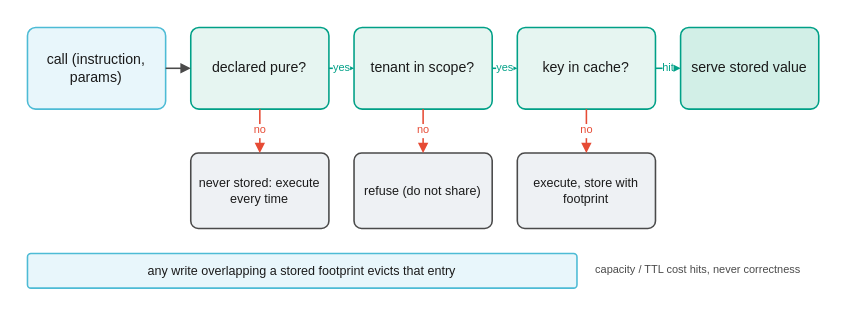
The draw.io diagram docs/diagrams/wide_dia_2_cache_flow.drawio in chenxingqiang/thinkbase-project, before the edit. Source tidied: cells renumbered, new cells numbered last; positions are measured from the earlier drawing's top-left corner, leaving out a move shared by most shapes. Both pictures are drawn from the tidied source at 157%, with x=0, y=0 at pixel (27, 27).
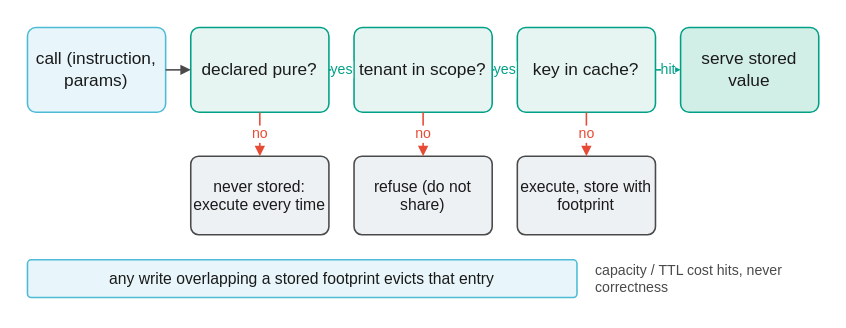
The same diagram, later.

The edit, as a diff of the source:
```diff
@@
 <mxGraphModel>
   <root>
     <mxCell id="0" />
     <mxCell id="1" parent="0" />
-    <mxCell id="2" value="call (instruction, params)" style="rounded=1;whiteSpace=wrap;html=1;arcSize=10;fillColor=#e8f6fb;strokeColor=#4dbbd5;strokeWidth=1;fontFamily=Helvetica;fontSize=9;fontColor=#1a1a1a;align=center;verticalAlign=middle;" parent="1" vertex="1">
-      <mxGeometry width="88" height="52" as="geometry" />
+    <mxCell id="2" value="call (instruction, params)" style="rounded=1;whiteSpace=wrap;html=1;arcSize=10;fillColor=#e8f6fb;strokeColor=#4dbbd5;strokeWidth=1;fontFamily=Helvetica;fontSize=11;fontColor=#1a1a1a;align=center;verticalAlign=middle;" parent="1" vertex="1">
+      <mxGeometry width="88" height="54" as="geometry" />
     </mxCell>
-    <mxCell id="3" value="declared pure?" style="rounded=1;whiteSpace=wrap;html=1;arcSize=10;fillColor=#e6f5f1;strokeColor=#00a087;strokeWidth=1;fontFamily=Helvetica;fontSize=9;fontColor=#1a1a1a;align=center;verticalAlign=middle;" parent="1" vertex="1">
-      <mxGeometry x="104" width="88" height="52" as="geometry" />
+    <mxCell id="3" value="declared pure?" style="rounded=1;whiteSpace=wrap;html=1;arcSize=10;fillColor=#e6f5f1;strokeColor=#00a087;strokeWidth=1;fontFamily=Helvetica;fontSize=11;fontColor=#1a1a1a;align=center;verticalAlign=middle;" parent="1" vertex="1">
+      <mxGeometry x="104" width="88" height="54" as="geometry" />
     </mxCell>
-    <mxCell id="4" value="tenant in scope?" style="rounded=1;whiteSpace=wrap;html=1;arcSize=10;fillColor=#e6f5f1;strokeColor=#00a087;strokeWidth=1;fontFamily=Helvetica;fontSize=9;fontColor=#1a1a1a;align=center;verticalAlign=middle;" parent="1" vertex="1">
-      <mxGeometry x="208" width="88" height="52" as="geometry" />
+    <mxCell id="4" value="tenant in scope?" style="rounded=1;whiteSpace=wrap;html=1;arcSize=10;fillColor=#e6f5f1;strokeColor=#00a087;strokeWidth=1;fontFamily=Helvetica;fontSize=11;fontColor=#1a1a1a;align=center;verticalAlign=middle;" parent="1" vertex="1">
+      <mxGeometry x="208" width="88" height="54" as="geometry" />
     </mxCell>
-    <mxCell id="5" value="key in cache?" style="rounded=1;whiteSpace=wrap;html=1;arcSize=10;fillColor=#e6f5f1;strokeColor=#00a087;strokeWidth=1;fontFamily=Helvetica;fontSize=9;fontColor=#1a1a1a;align=center;verticalAlign=middle;" parent="1" vertex="1">
-      <mxGeometry x="312" width="88" height="52" as="geometry" />
+    <mxCell id="5" value="key in cache?" style="rounded=1;whiteSpace=wrap;html=1;arcSize=10;fillColor=#e6f5f1;strokeColor=#00a087;strokeWidth=1;fontFamily=Helvetica;fontSize=11;fontColor=#1a1a1a;align=center;verticalAlign=middle;" parent="1" vertex="1">
+      <mxGeometry x="312" width="88" height="54" as="geometry" />
     </mxCell>
-    <mxCell id="6" value="serve stored value" style="rounded=1;whiteSpace=wrap;html=1;arcSize=10;fillColor=#d2efe7;strokeColor=#00a087;strokeWidth=1;fontFamily=Helvetica;fontSize=9;fontColor=#1a1a1a;align=center;verticalAlign=middle;" parent="1" vertex="1">
-      <mxGeometry x="416" width="88" height="52" as="geometry" />
+    <mxCell id="6" value="serve stored value" style="rounded=1;whiteSpace=wrap;html=1;arcSize=10;fillColor=#d2efe7;strokeColor=#00a087;strokeWidth=1;fontFamily=Helvetica;fontSize=11;fontColor=#1a1a1a;align=center;verticalAlign=middle;" parent="1" vertex="1">
+      <mxGeometry x="416" width="88" height="54" as="geometry" />
     </mxCell>
     <mxCell id="7" style="edgeStyle=orthogonalEdgeStyle;rounded=1;curved=0;html=1;strokeColor=#4a4a4a;strokeWidth=1;endArrow=block;endFill=1;endSize=4;exitX=1;exitY=0.5;exitDx=0;exitDy=0;entryX=0;entryY=0.5;entryDx=0;entryDy=0;fontFamily=Helvetica;fontSize=8;fontColor=#4a4a4a;labelBackgroundColor=#ffffff;" parent="1" edge="1" source="2" target="3">
       <mxGeometry relative="1" as="geometry" />
     </mxCell>
-    <mxCell id="8" value="yes" style="edgeStyle=orthogonalEdgeStyle;rounded=1;curved=0;html=1;strokeColor=#00a087;strokeWidth=1;endArrow=block;endFill=1;endSize=4;exitX=1;exitY=0.5;exitDx=0;exitDy=0;entryX=0;entryY=0.5;entryDx=0;entryDy=0;fontFamily=Helvetica;fontSize=7;fontColor=#00a087;labelBackgroundColor=#ffffff;" parent="1" edge="1" source="3" target="4">
+    <mxCell id="8" value="yes" style="edgeStyle=orthogonalEdgeStyle;rounded=1;curved=0;html=1;strokeColor=#00a087;strokeWidth=1;endArrow=block;endFill=1;endSize=4;exitX=1;exitY=0.5;exitDx=0;exitDy=0;entryX=0;entryY=0.5;entryDx=0;entryDy=0;fontFamily=Helvetica;fontSize=9;fontColor=#00a087;labelBackgroundColor=#ffffff;" parent="1" edge="1" source="3" target="4">
       <mxGeometry relative="1" as="geometry" />
     </mxCell>
-    <mxCell id="9" value="yes" style="edgeStyle=orthogonalEdgeStyle;rounded=1;curved=0;html=1;strokeColor=#00a087;strokeWidth=1;endArrow=block;endFill=1;endSize=4;exitX=1;exitY=0.5;exitDx=0;exitDy=0;entryX=0;entryY=0.5;entryDx=0;entryDy=0;fontFamily=Helvetica;fontSize=7;fontColor=#00a087;labelBackgroundColor=#ffffff;" parent="1" edge="1" source="4" target="5">
+    <mxCell id="9" value="yes" style="edgeStyle=orthogonalEdgeStyle;rounded=1;curved=0;html=1;strokeColor=#00a087;strokeWidth=1;endArrow=block;endFill=1;endSize=4;exitX=1;exitY=0.5;exitDx=0;exitDy=0;entryX=0;entryY=0.5;entryDx=0;entryDy=0;fontFamily=Helvetica;fontSize=9;fontColor=#00a087;labelBackgroundColor=#ffffff;" parent="1" edge="1" source="4" target="5">
       <mxGeometry relative="1" as="geometry" />
     </mxCell>
-    <mxCell id="10" value="hit" style="edgeStyle=orthogonalEdgeStyle;rounded=1;curved=0;html=1;strokeColor=#00a087;strokeWidth=1;endArrow=block;endFill=1;endSize=4;exitX=1;exitY=0.5;exitDx=0;exitDy=0;entryX=0;entryY=0.5;entryDx=0;entryDy=0;fontFamily=Helvetica;fontSize=7;fontColor=#00a087;labelBackgroundColor=#ffffff;" parent="1" edge="1" source="5" target="6">
+    <mxCell id="10" value="hit" style="edgeStyle=orthogonalEdgeStyle;rounded=1;curved=0;html=1;strokeColor=#00a087;strokeWidth=1;endArrow=block;endFill=1;endSize=4;exitX=1;exitY=0.5;exitDx=0;exitDy=0;entryX=0;entryY=0.5;entryDx=0;entryDy=0;fontFamily=Helvetica;fontSize=9;fontColor=#00a087;labelBackgroundColor=#ffffff;" parent="1" edge="1" source="5" target="6">
       <mxGeometry relative="1" as="geometry" />
     </mxCell>
-    <mxCell id="11" value="never stored: execute every time" style="rounded=1;whiteSpace=wrap;html=1;arcSize=10;fillColor=#eef1f4;strokeColor=#4a4a4a;strokeWidth=1;fontFamily=Helvetica;fontSize=8;fontColor=#1a1a1a;align=center;verticalAlign=middle;" parent="1" vertex="1">
-      <mxGeometry x="104" y="80" width="88" height="48" as="geometry" />
+    <mxCell id="11" value="never stored: execute every time" style="rounded=1;whiteSpace=wrap;html=1;arcSize=10;fillColor=#eef1f4;strokeColor=#4a4a4a;strokeWidth=1;fontFamily=Helvetica;fontSize=10;fontColor=#1a1a1a;align=center;verticalAlign=middle;" parent="1" vertex="1">
+      <mxGeometry x="104" y="82" width="88" height="50" as="geometry" />
     </mxCell>
-    <mxCell id="12" value="refuse (do not share)" style="rounded=1;whiteSpace=wrap;html=1;arcSize=10;fillColor=#eef1f4;strokeColor=#4a4a4a;strokeWidth=1;fontFamily=Helvetica;fontSize=8;fontColor=#1a1a1a;align=center;verticalAlign=middle;" parent="1" vertex="1">
-      <mxGeometry x="208" y="80" width="88" height="48" as="geometry" />
+    <mxCell id="12" value="refuse (do not share)" style="rounded=1;whiteSpace=wrap;html=1;arcSize=10;fillColor=#eef1f4;strokeColor=#4a4a4a;strokeWidth=1;fontFamily=Helvetica;fontSize=10;fontColor=#1a1a1a;align=center;verticalAlign=middle;" parent="1" vertex="1">
+      <mxGeometry x="208" y="82" width="88" height="50" as="geometry" />
     </mxCell>
-    <mxCell id="13" value="execute, store with footprint" style="rounded=1;whiteSpace=wrap;html=1;arcSize=10;fillColor=#eef1f4;strokeColor=#4a4a4a;strokeWidth=1;fontFamily=Helvetica;fontSize=8;fontColor=#1a1a1a;align=center;verticalAlign=middle;" parent="1" vertex="1">
-      <mxGeometry x="312" y="80" width="88" height="48" as="geometry" />
+    <mxCell id="13" value="execute, store with footprint" style="rounded=1;whiteSpace=wrap;html=1;arcSize=10;fillColor=#eef1f4;strokeColor=#4a4a4a;strokeWidth=1;fontFamily=Helvetica;fontSize=10;fontColor=#1a1a1a;align=center;verticalAlign=middle;" parent="1" vertex="1">
+      <mxGeometry x="312" y="82" width="88" height="50" as="geometry" />
     </mxCell>
-    <mxCell id="14" value="no" style="edgeStyle=orthogonalEdgeStyle;rounded=1;curved=0;html=1;strokeColor=#e64b35;strokeWidth=1;endArrow=block;endFill=1;endSize=4;exitX=0.5;exitY=1;exitDx=0;exitDy=0;entryX=0.5;entryY=0;entryDx=0;entryDy=0;fontFamily=Helvetica;fontSize=7;fontColor=#e64b35;labelBackgroundColor=#ffffff;" parent="1" edge="1" source="3" target="11">
+    <mxCell id="14" value="no" style="edgeStyle=orthogonalEdgeStyle;rounded=1;curved=0;html=1;strokeColor=#e64b35;strokeWidth=1;endArrow=block;endFill=1;endSize=4;exitX=0.5;exitY=1;exitDx=0;exitDy=0;entryX=0.5;entryY=0;entryDx=0;entryDy=0;fontFamily=Helvetica;fontSize=9;fontColor=#e64b35;labelBackgroundColor=#ffffff;" parent="1" edge="1" source="3" target="11">
       <mxGeometry relative="1" as="geometry" />
     </mxCell>
-    <mxCell id="15" value="no" style="edgeStyle=orthogonalEdgeStyle;rounded=1;curved=0;html=1;strokeColor=#e64b35;strokeWidth=1;endArrow=block;endFill=1;endSize=4;exitX=0.5;exitY=1;exitDx=0;exitDy=0;entryX=0.5;entryY=0;entryDx=0;entryDy=0;fontFamily=Helvetica;fontSize=7;fontColor=#e64b35;labelBackgroundColor=#ffffff;" parent="1" edge="1" source="4" target="12">
+    <mxCell id="15" value="no" style="edgeStyle=orthogonalEdgeStyle;rounded=1;curved=0;html=1;strokeColor=#e64b35;strokeWidth=1;endArrow=block;endFill=1;endSize=4;exitX=0.5;exitY=1;exitDx=0;exitDy=0;entryX=0.5;entryY=0;entryDx=0;entryDy=0;fontFamily=Helvetica;fontSize=9;fontColor=#e64b35;labelBackgroundColor=#ffffff;" parent="1" edge="1" source="4" target="12">
       <mxGeometry relative="1" as="geometry" />
     </mxCell>
-    <mxCell id="16" value="no" style="edgeStyle=orthogonalEdgeStyle;rounded=1;curved=0;html=1;strokeColor=#e64b35;strokeWidth=1;endArrow=block;endFill=1;endSize=4;exitX=0.5;exitY=1;exitDx=0;exitDy=0;entryX=0.5;entryY=0;entryDx=0;entryDy=0;fontFamily=Helvetica;fontSize=7;fontColor=#e64b35;labelBackgroundColor=#ffffff;" parent="1" edge="1" source="5" target="13">
+    <mxCell id="16" value="no" style="edgeStyle=orthogonalEdgeStyle;rounded=1;curved=0;html=1;strokeColor=#e64b35;strokeWidth=1;endArrow=block;endFill=1;endSize=4;exitX=0.5;exitY=1;exitDx=0;exitDy=0;entryX=0.5;entryY=0;entryDx=0;entryDy=0;fontFamily=Helvetica;fontSize=9;fontColor=#e64b35;labelBackgroundColor=#ffffff;" parent="1" edge="1" source="5" target="13">
       <mxGeometry relative="1" as="geometry" />
     </mxCell>
-    <mxCell id="17" value="any write overlapping a stored footprint evicts that entry" style="rounded=1;whiteSpace=wrap;html=1;arcSize=10;fillColor=#e8f6fb;strokeColor=#4dbbd5;strokeWidth=1;fontFamily=Helvetica;fontSize=8;fontColor=#1a1a1a;align=center;verticalAlign=middle;" parent="1" vertex="1">
-      <mxGeometry y="144" width="350" height="22" as="geometry" />
+    <mxCell id="17" value="any write overlapping a stored footprint evicts that entry" style="rounded=1;whiteSpace=wrap;html=1;arcSize=10;fillColor=#e8f6fb;strokeColor=#4dbbd5;strokeWidth=1;fontFamily=Helvetica;fontSize=10;fontColor=#1a1a1a;align=center;verticalAlign=middle;" parent="1" vertex="1">
+      <mxGeometry y="148" width="350" height="24" as="geometry" />
     </mxCell>
-    <mxCell id="18" value="capacity / TTL cost hits, never correctness" style="text;html=1;whiteSpace=wrap;fontFamily=Helvetica;fontSize=7;fontColor=#4a4a4a;align=left;verticalAlign=middle;" parent="1" vertex="1">
-      <mxGeometry x="360" y="144" width="140" height="22" as="geometry" />
+    <mxCell id="18" value="capacity / TTL cost hits, never correctness" style="text;html=1;whiteSpace=wrap;fontFamily=Helvetica;fontSize=9;fontColor=#4a4a4a;align=left;verticalAlign=middle;" parent="1" vertex="1">
+      <mxGeometry x="360" y="146" width="144" height="28" as="geometry" />
     </mxCell>
   </root>
 </mxGraphModel>
```
